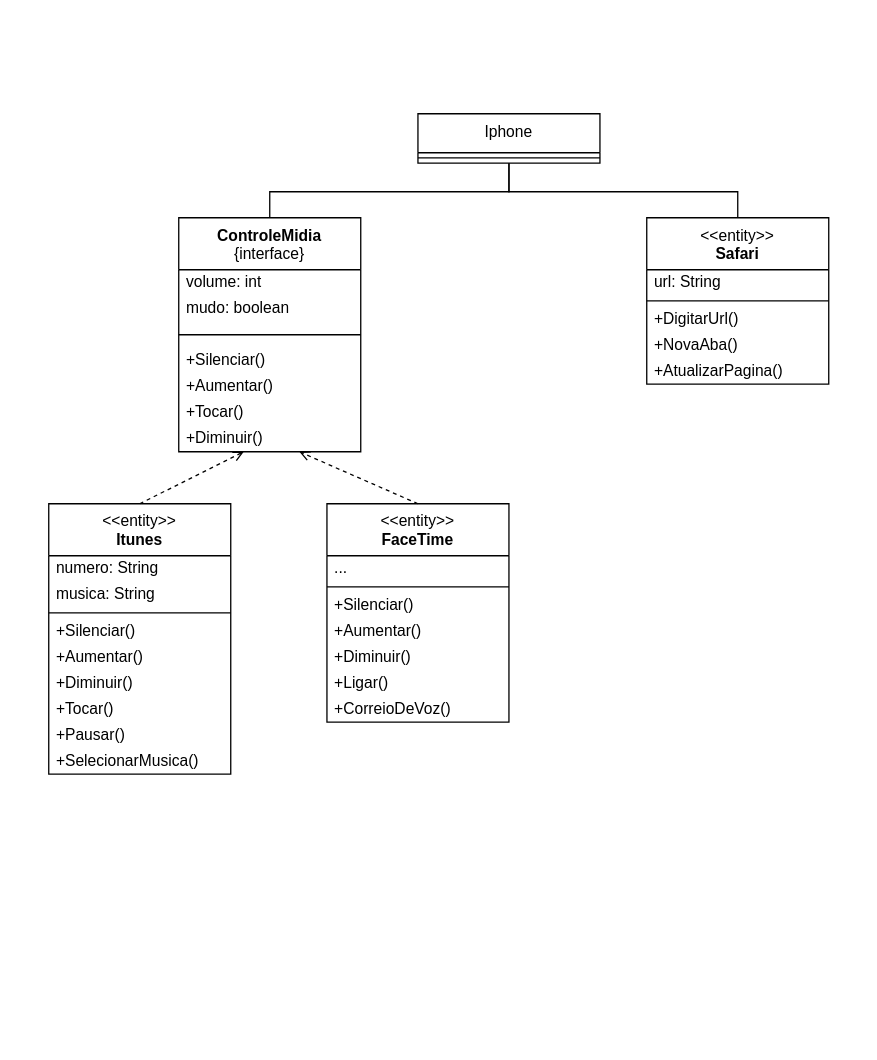
Above: DIO - Bootcamp Santander 2024 - Backend com Java/DIO_Desafios/Diagrama de Classes.drawio in igormanoels/.Estudos-em-Java (draw.io), before the change. Source tidied: cells renumbered, new cells numbered last; positions are measured from the earlier drawing's top-left corner, leaving out a move shared by most shapes. Both pictures are drawn from the tidied source at 130%, with x=0, y=0 at pixel (48, 113).
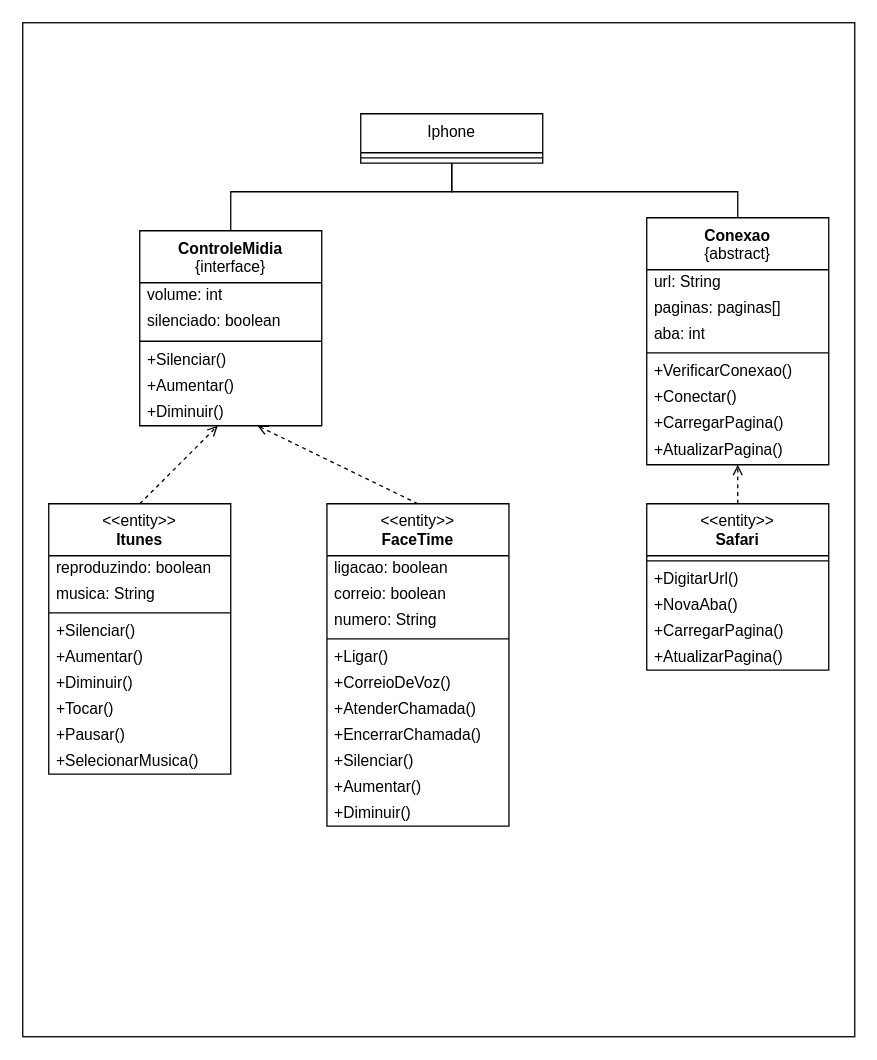
The same diagram, later.

The change refers to these unchanged cells:
```xml
<mxCell id="4" value="&amp;lt;&amp;lt;entity&amp;gt;&amp;gt;&lt;br&gt;&lt;b&gt;Itunes&lt;/b&gt;" style="swimlane;fontStyle=0;align=center;verticalAlign=top;horizontal=1;startSize=40;html=1;whiteSpace=wrap;" parent="1" vertex="1">
  <mxGeometry y="300" width="140" height="208" as="geometry" />
</mxCell>
```

Change to the diagram source:
```diff
@@
+    <mxCell id="40" style="rounded=0;whiteSpace=wrap;html=1;" parent="1" vertex="1">
+      <mxGeometry x="-20" y="-70" width="640" height="780" as="geometry" />
+    </mxCell>
     <mxCell id="2" value="Iphone" style="swimlane;fontStyle=0;align=center;verticalAlign=top;horizontal=1;startSize=30;html=1;whiteSpace=wrap;" parent="1" vertex="1">
-      <mxGeometry x="284" width="140" height="38" as="geometry" />
+      <mxGeometry x="240" width="140" height="38" as="geometry" />
     </mxCell>
@@
-    <mxCell id="5" value="numero: String" style="text;html=1;strokeColor=none;fillColor=none;align=left;verticalAlign=middle;spacingLeft=4;spacingRight=4;overflow=hidden;whiteSpace=wrap;" parent="4" vertex="1">
+    <mxCell id="5" value="reproduzindo: boolean" style="text;html=1;strokeColor=none;fillColor=none;align=left;verticalAlign=middle;spacingLeft=4;spacingRight=4;overflow=hidden;whiteSpace=wrap;" parent="4" vertex="1">
       <mxGeometry y="40" width="140" height="20" as="geometry" />
     </mxCell>
@@
     <mxCell id="14" value="&amp;lt;&amp;lt;entity&amp;gt;&amp;gt;&lt;br&gt;&lt;b&gt;FaceTime&lt;/b&gt;" style="swimlane;fontStyle=0;align=center;verticalAlign=top;horizontal=1;startSize=40;html=1;whiteSpace=wrap;" parent="1" vertex="1">
-      <mxGeometry x="214" y="300" width="140" height="168" as="geometry" />
+      <mxGeometry x="214" y="300" width="140" height="248" as="geometry" />
     </mxCell>
-    <mxCell id="15" value="..." style="text;html=1;strokeColor=none;fillColor=none;align=left;verticalAlign=middle;spacingLeft=4;spacingRight=4;overflow=hidden;whiteSpace=wrap;" parent="14" vertex="1">
+    <mxCell id="15" value="ligacao: boolean" style="text;html=1;strokeColor=none;fillColor=none;align=left;verticalAlign=middle;spacingLeft=4;spacingRight=4;overflow=hidden;whiteSpace=wrap;" parent="14" vertex="1">
       <mxGeometry y="40" width="140" height="20" as="geometry" />
     </mxCell>
+    <mxCell id="41" value="correio: boolean" style="text;html=1;strokeColor=none;fillColor=none;align=left;verticalAlign=middle;spacingLeft=4;spacingRight=4;overflow=hidden;whiteSpace=wrap;" parent="14" vertex="1">
+      <mxGeometry y="60" width="140" height="20" as="geometry" />
+    </mxCell>
+    <mxCell id="42" value="numero: String" style="text;html=1;strokeColor=none;fillColor=none;align=left;verticalAlign=middle;spacingLeft=4;spacingRight=4;overflow=hidden;whiteSpace=wrap;" parent="14" vertex="1">
+      <mxGeometry y="80" width="140" height="20" as="geometry" />
+    </mxCell>
     <mxCell id="16" style="line;strokeWidth=1;fillColor=none;align=left;verticalAlign=middle;spacingTop=-1;spacingLeft=3;spacingRight=3;labelPosition=right;" parent="14" vertex="1">
-      <mxGeometry y="60" width="140" height="8" as="geometry" />
+      <mxGeometry y="100" width="140" height="8" as="geometry" />
     </mxCell>
+    <mxCell id="20" value="+Ligar()" style="text;html=1;strokeColor=none;fillColor=none;align=left;verticalAlign=middle;spacingLeft=4;spacingRight=4;overflow=hidden;whiteSpace=wrap;" parent="14" vertex="1">
+      <mxGeometry y="108" width="140" height="20" as="geometry" />
+    </mxCell>
+    <mxCell id="21" value="+CorreioDeVoz()" style="text;html=1;strokeColor=none;fillColor=none;align=left;verticalAlign=middle;spacingLeft=4;spacingRight=4;overflow=hidden;whiteSpace=wrap;" parent="14" vertex="1">
+      <mxGeometry y="128" width="140" height="20" as="geometry" />
+    </mxCell>
+    <mxCell id="43" value="+AtenderChamada()" style="text;html=1;strokeColor=none;fillColor=none;align=left;verticalAlign=middle;spacingLeft=4;spacingRight=4;overflow=hidden;whiteSpace=wrap;" parent="14" vertex="1">
+      <mxGeometry y="148" width="140" height="20" as="geometry" />
+    </mxCell>
+    <mxCell id="44" value="+EncerrarChamada()" style="text;html=1;strokeColor=none;fillColor=none;align=left;verticalAlign=middle;spacingLeft=4;spacingRight=4;overflow=hidden;whiteSpace=wrap;" parent="14" vertex="1">
+      <mxGeometry y="168" width="140" height="20" as="geometry" />
+    </mxCell>
     <mxCell id="17" value="+Silenciar()" style="text;html=1;strokeColor=none;fillColor=none;align=left;verticalAlign=middle;spacingLeft=4;spacingRight=4;overflow=hidden;whiteSpace=wrap;" parent="14" vertex="1">
-      <mxGeometry y="68" width="140" height="20" as="geometry" />
+      <mxGeometry y="188" width="140" height="20" as="geometry" />
     </mxCell>
     <mxCell id="18" value="+Aumentar()" style="text;html=1;strokeColor=none;fillColor=none;align=left;verticalAlign=middle;spacingLeft=4;spacingRight=4;overflow=hidden;whiteSpace=wrap;" parent="14" vertex="1">
-      <mxGeometry y="88" width="140" height="20" as="geometry" />
+      <mxGeometry y="208" width="140" height="20" as="geometry" />
     </mxCell>
     <mxCell id="19" value="+Diminuir()" style="text;html=1;strokeColor=none;fillColor=none;align=left;verticalAlign=middle;spacingLeft=4;spacingRight=4;overflow=hidden;whiteSpace=wrap;" parent="14" vertex="1">
-      <mxGeometry y="108" width="140" height="20" as="geometry" />
+      <mxGeometry y="228" width="140" height="20" as="geometry" />
     </mxCell>
-    <mxCell id="20" value="+Ligar()" style="text;html=1;strokeColor=none;fillColor=none;align=left;verticalAlign=middle;spacingLeft=4;spacingRight=4;overflow=hidden;whiteSpace=wrap;" parent="14" vertex="1">
-      <mxGeometry y="128" width="140" height="20" as="geometry" />
-    </mxCell>
-    <mxCell id="21" value="+CorreioDeVoz()" style="text;html=1;strokeColor=none;fillColor=none;align=left;verticalAlign=middle;spacingLeft=4;spacingRight=4;overflow=hidden;whiteSpace=wrap;" parent="14" vertex="1">
-      <mxGeometry y="148" width="140" height="20" as="geometry" />
-    </mxCell>
-    <mxCell id="22" value="&amp;lt;&amp;lt;entity&amp;gt;&amp;gt;&lt;br&gt;&lt;b&gt;Safari&lt;/b&gt;" style="swimlane;fontStyle=0;align=center;verticalAlign=top;horizontal=1;startSize=40;html=1;whiteSpace=wrap;" parent="1" vertex="1">
-      <mxGeometry x="460" y="80" width="140" height="128" as="geometry" />
+    <mxCell id="22" value="&lt;div&gt;&lt;b&gt;Conexao&lt;/b&gt;&lt;/div&gt;&lt;div&gt;{abstract}&lt;b&gt;&lt;br&gt;&lt;/b&gt;&lt;/div&gt;" style="swimlane;fontStyle=0;align=center;verticalAlign=top;horizontal=1;startSize=40;html=1;whiteSpace=wrap;" parent="1" vertex="1">
+      <mxGeometry x="460" y="80" width="140" height="190" as="geometry" />
     </mxCell>
@@
+    <mxCell id="45" value="paginas: paginas[]" style="text;html=1;strokeColor=none;fillColor=none;align=left;verticalAlign=middle;spacingLeft=4;spacingRight=4;overflow=hidden;whiteSpace=wrap;" parent="22" vertex="1">
+      <mxGeometry y="60" width="140" height="20" as="geometry" />
+    </mxCell>
+    <mxCell id="46" value="aba: int" style="text;html=1;strokeColor=none;fillColor=none;align=left;verticalAlign=middle;spacingLeft=4;spacingRight=4;overflow=hidden;whiteSpace=wrap;" parent="22" vertex="1">
+      <mxGeometry y="80" width="140" height="20" as="geometry" />
+    </mxCell>
     <mxCell id="24" style="line;strokeWidth=1;fillColor=none;align=left;verticalAlign=middle;spacingTop=-1;spacingLeft=3;spacingRight=3;labelPosition=right;" parent="22" vertex="1">
-      <mxGeometry y="60" width="140" height="8" as="geometry" />
+      <mxGeometry y="100" width="140" height="8" as="geometry" />
     </mxCell>
-    <mxCell id="25" value="+DigitarUrl()" style="text;html=1;strokeColor=none;fillColor=none;align=left;verticalAlign=middle;spacingLeft=4;spacingRight=4;overflow=hidden;whiteSpace=wrap;" parent="22" vertex="1">
-      <mxGeometry y="68" width="140" height="20" as="geometry" />
+    <mxCell id="25" value="+VerificarConexao()" style="text;html=1;strokeColor=none;fillColor=none;align=left;verticalAlign=middle;spacingLeft=4;spacingRight=4;overflow=hidden;whiteSpace=wrap;" parent="22" vertex="1">
+      <mxGeometry y="108" width="140" height="20" as="geometry" />
     </mxCell>
-    <mxCell id="26" value="+NovaAba()" style="text;html=1;strokeColor=none;fillColor=none;align=left;verticalAlign=middle;spacingLeft=4;spacingRight=4;overflow=hidden;whiteSpace=wrap;" parent="22" vertex="1">
-      <mxGeometry y="88" width="140" height="20" as="geometry" />
+    <mxCell id="26" value="+Conectar()" style="text;html=1;strokeColor=none;fillColor=none;align=left;verticalAlign=middle;spacingLeft=4;spacingRight=4;overflow=hidden;whiteSpace=wrap;" parent="22" vertex="1">
+      <mxGeometry y="128" width="140" height="20" as="geometry" />
     </mxCell>
+    <mxCell id="47" value="+CarregarPagina()" style="text;html=1;strokeColor=none;fillColor=none;align=left;verticalAlign=middle;spacingLeft=4;spacingRight=4;overflow=hidden;whiteSpace=wrap;" parent="22" vertex="1">
+      <mxGeometry y="148" width="140" height="20" as="geometry" />
+    </mxCell>
     <mxCell id="27" value="+AtualizarPagina()" style="text;html=1;strokeColor=none;fillColor=none;align=left;verticalAlign=middle;spacingLeft=4;spacingRight=4;overflow=hidden;points=[[0,0.5],[1,0.5]];portConstraint=eastwest;whiteSpace=wrap;" parent="22" vertex="1">
-      <mxGeometry y="108" width="140" height="20" as="geometry" />
+      <mxGeometry y="168" width="140" height="22" as="geometry" />
     </mxCell>
     <mxCell id="28" value="&lt;div&gt;&lt;b&gt;ControleMidia&lt;/b&gt;&lt;/div&gt;&lt;div&gt;{interface}&lt;/div&gt;" style="swimlane;fontStyle=0;align=center;verticalAlign=top;horizontal=1;startSize=40;html=1;whiteSpace=wrap;" parent="1" vertex="1">
-      <mxGeometry x="100" y="80" width="140" height="180" as="geometry" />
+      <mxGeometry x="70" y="90" width="140" height="150" as="geometry" />
     </mxCell>
@@
-    <mxCell id="30" value="mudo: boolean" style="text;html=1;strokeColor=none;fillColor=none;align=left;verticalAlign=middle;spacingLeft=4;spacingRight=4;overflow=hidden;whiteSpace=wrap;" parent="28" vertex="1">
+    <mxCell id="30" value="silenciado: boolean" style="text;html=1;strokeColor=none;fillColor=none;align=left;verticalAlign=middle;spacingLeft=4;spacingRight=4;overflow=hidden;whiteSpace=wrap;" parent="28" vertex="1">
       <mxGeometry y="60" width="140" height="20" as="geometry" />
     </mxCell>
     <mxCell id="31" style="line;strokeWidth=1;fillColor=none;align=left;verticalAlign=middle;spacingTop=-1;spacingLeft=3;spacingRight=3;labelPosition=right;" parent="28" vertex="1">
-      <mxGeometry y="80" width="140" height="20" as="geometry" />
+      <mxGeometry y="80" width="140" height="10" as="geometry" />
     </mxCell>
     <mxCell id="32" value="+Silenciar()" style="text;html=1;strokeColor=none;fillColor=none;align=left;verticalAlign=middle;spacingLeft=4;spacingRight=4;overflow=hidden;whiteSpace=wrap;" parent="28" vertex="1">
-      <mxGeometry y="100" width="140" height="20" as="geometry" />
+      <mxGeometry y="90" width="140" height="20" as="geometry" />
     </mxCell>
     <mxCell id="33" value="+Aumentar()" style="text;html=1;strokeColor=none;fillColor=none;align=left;verticalAlign=middle;spacingLeft=4;spacingRight=4;overflow=hidden;whiteSpace=wrap;" parent="28" vertex="1">
-      <mxGeometry y="120" width="140" height="20" as="geometry" />
+      <mxGeometry y="110" width="140" height="20" as="geometry" />
     </mxCell>
-    <mxCell id="34" value="+Tocar()" style="text;html=1;strokeColor=none;fillColor=none;align=left;verticalAlign=middle;spacingLeft=4;spacingRight=4;overflow=hidden;whiteSpace=wrap;" parent="28" vertex="1">
-      <mxGeometry y="140" width="140" height="20" as="geometry" />
-    </mxCell>
     <mxCell id="35" value="+Diminuir()" style="text;html=1;strokeColor=none;fillColor=none;align=left;verticalAlign=middle;spacingLeft=4;spacingRight=4;overflow=hidden;points=[[0,0.5],[1,0.5]];portConstraint=eastwest;whiteSpace=wrap;" parent="28" vertex="1">
-      <mxGeometry y="160" width="140" height="20" as="geometry" />
+      <mxGeometry y="130" width="140" height="20" as="geometry" />
     </mxCell>
@@
     <mxCell id="38" style="endArrow=none;startArrow=none;endFill=0;startFill=0;endSize=8;html=1;verticalAlign=bottom;labelBackgroundColor=none;strokeWidth=1;rounded=0;strokeColor=default;exitX=0.5;exitY=0;exitDx=0;exitDy=0;entryX=0.5;entryY=1;entryDx=0;entryDy=0;" parent="1" edge="1" source="28" target="2">
       <mxGeometry relative="1" as="geometry">
         <Array as="points">
-          <mxPoint x="170" y="60" />
-          <mxPoint x="354" y="60" />
+          <mxPoint x="140" y="60" />
+          <mxPoint x="310" y="60" />
         </Array>
       </mxGeometry>
     </mxCell>
     <mxCell id="39" style="endArrow=none;startArrow=none;endFill=0;startFill=0;endSize=8;html=1;verticalAlign=bottom;labelBackgroundColor=none;strokeWidth=1;rounded=0;strokeColor=default;exitX=0.5;exitY=0;exitDx=0;exitDy=0;entryX=0.5;entryY=1;entryDx=0;entryDy=0;" parent="1" edge="1" source="22" target="2">
       <mxGeometry relative="1" as="geometry">
         <Array as="points">
           <mxPoint x="530" y="60" />
-          <mxPoint x="354" y="60" />
+          <mxPoint x="310" y="60" />
         </Array>
       </mxGeometry>
     </mxCell>
+    <mxCell id="48" value="&amp;lt;&amp;lt;entity&amp;gt;&amp;gt;&lt;br&gt;&lt;b&gt;Safari&lt;/b&gt;" style="swimlane;fontStyle=0;align=center;verticalAlign=top;horizontal=1;startSize=40;html=1;whiteSpace=wrap;" parent="1" vertex="1">
+      <mxGeometry x="460" y="300" width="140" height="128" as="geometry" />
+    </mxCell>
+    <mxCell id="49" style="line;strokeWidth=1;fillColor=none;align=left;verticalAlign=middle;spacingTop=-1;spacingLeft=3;spacingRight=3;labelPosition=right;" parent="48" vertex="1">
+      <mxGeometry y="40" width="140" height="8" as="geometry" />
+    </mxCell>
+    <mxCell id="50" value="+DigitarUrl()" style="text;html=1;strokeColor=none;fillColor=none;align=left;verticalAlign=middle;spacingLeft=4;spacingRight=4;overflow=hidden;whiteSpace=wrap;" parent="48" vertex="1">
+      <mxGeometry y="48" width="140" height="20" as="geometry" />
+    </mxCell>
+    <mxCell id="51" value="+NovaAba()" style="text;html=1;strokeColor=none;fillColor=none;align=left;verticalAlign=middle;spacingLeft=4;spacingRight=4;overflow=hidden;whiteSpace=wrap;" parent="48" vertex="1">
+      <mxGeometry y="68" width="140" height="20" as="geometry" />
+    </mxCell>
+    <mxCell id="52" value="+CarregarPagina()" style="text;html=1;strokeColor=none;fillColor=none;align=left;verticalAlign=middle;spacingLeft=4;spacingRight=4;overflow=hidden;whiteSpace=wrap;" parent="48" vertex="1">
+      <mxGeometry y="88" width="140" height="20" as="geometry" />
+    </mxCell>
+    <mxCell id="53" value="+AtualizarPagina()" style="text;html=1;strokeColor=none;fillColor=none;align=left;verticalAlign=middle;spacingLeft=4;spacingRight=4;overflow=hidden;whiteSpace=wrap;" parent="48" vertex="1">
+      <mxGeometry y="108" width="140" height="20" as="geometry" />
+    </mxCell>
+    <mxCell id="54" style="html=1;verticalAlign=bottom;labelBackgroundColor=none;endArrow=open;endFill=0;dashed=1;rounded=0;exitX=0.5;exitY=0;exitDx=0;exitDy=0;" parent="1" edge="1" source="48" target="27">
+      <mxGeometry relative="1" as="geometry" />
+    </mxCell>
```
